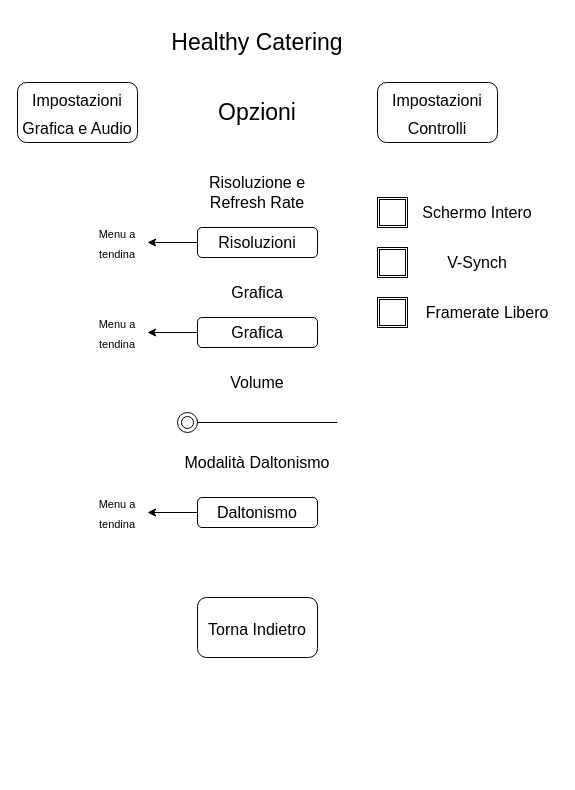
This is doc/Progetti Drawio/Prototipi/PrototipoMenuOpzioni(Grafica).drawio from zSavT/Healthy-Catering, a draw.io file, before an edit. Source tidied: cells renumbered, new cells numbered last; positions are measured from the earlier drawing's top-left corner, leaving out a move shared by most shapes. Both pictures are drawn from the tidied source at 100%, with x=0, y=0 at pixel (17, 17).
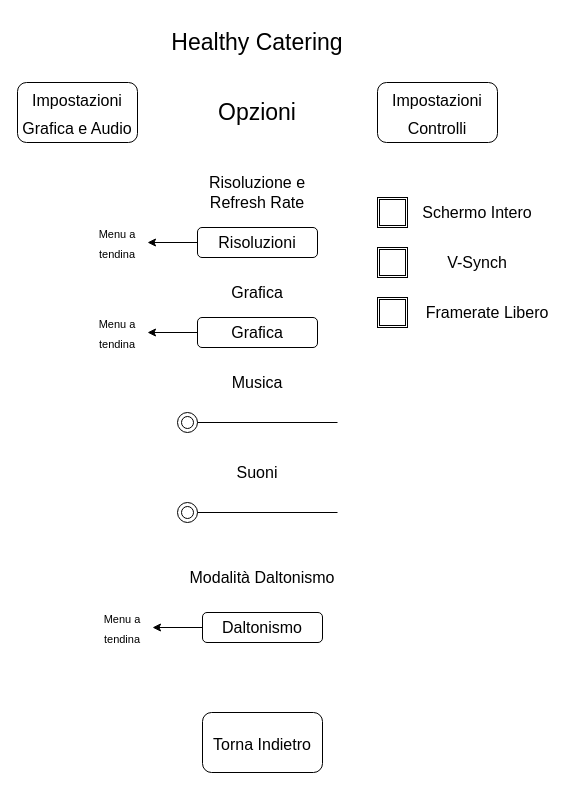
After the change.

What changed in the source:
```diff
@@
-    <mxCell id="10" value="Volume" style="text;html=1;strokeColor=none;fillColor=none;align=center;verticalAlign=middle;whiteSpace=wrap;rounded=0;fontSize=16;" parent="1" vertex="1">
+    <mxCell id="10" value="Musica" style="text;html=1;strokeColor=none;fillColor=none;align=center;verticalAlign=middle;whiteSpace=wrap;rounded=0;fontSize=16;" parent="1" vertex="1">
       <mxGeometry x="180" y="350" width="120" height="30" as="geometry" />
     </mxCell>
@@
     <mxCell id="21" value="Modalità Daltonismo" style="text;html=1;strokeColor=none;fillColor=none;align=center;verticalAlign=middle;whiteSpace=wrap;rounded=0;fontSize=16;" parent="1" vertex="1">
-      <mxGeometry x="165" y="430" width="150" height="30" as="geometry" />
+      <mxGeometry x="170" y="545" width="150" height="30" as="geometry" />
     </mxCell>
     <mxCell id="22" value="Daltonismo" style="rounded=1;whiteSpace=wrap;html=1;fontSize=16;" parent="1" vertex="1">
-      <mxGeometry x="180" y="480" width="120" height="30" as="geometry" />
+      <mxGeometry x="185" y="595" width="120" height="30" as="geometry" />
     </mxCell>
@@
     <mxCell id="24" value="&lt;font style=&quot;font-size: 11px&quot;&gt;Menu a tendina&lt;/font&gt;" style="text;html=1;strokeColor=none;fillColor=none;align=center;verticalAlign=middle;whiteSpace=wrap;rounded=0;fontSize=16;" parent="1" vertex="1">
-      <mxGeometry x="70" y="480" width="60" height="30" as="geometry" />
+      <mxGeometry x="75" y="595" width="60" height="30" as="geometry" />
     </mxCell>
     <mxCell id="25" value="&lt;font style=&quot;font-size: 16px&quot;&gt;Torna Indietro&lt;/font&gt;" style="rounded=1;whiteSpace=wrap;html=1;fontSize=23;" parent="1" vertex="1">
-      <mxGeometry x="180" y="580" width="120" height="60" as="geometry" />
+      <mxGeometry x="185" y="695" width="120" height="60" as="geometry" />
     </mxCell>
@@
+    <mxCell id="28" value="Suoni" style="text;html=1;strokeColor=none;fillColor=none;align=center;verticalAlign=middle;whiteSpace=wrap;rounded=0;fontSize=16;" parent="1" vertex="1">
+      <mxGeometry x="180" y="440" width="120" height="30" as="geometry" />
+    </mxCell>
+    <mxCell id="29" style="line;strokeWidth=1;dashed=0;labelPosition=right;align=left;verticalAlign=middle;spacingTop=0;spacingLeft=6;fontSize=16;" parent="1" vertex="1">
+      <mxGeometry x="170" y="490" width="150" height="10" as="geometry" />
+    </mxCell>
+    <mxCell id="30" style="ellipse;shape=doubleEllipse;whiteSpace=wrap;html=1;fontSize=16;" parent="1" vertex="1">
+      <mxGeometry x="160" y="485" width="20" height="20" as="geometry" />
+    </mxCell>
```
